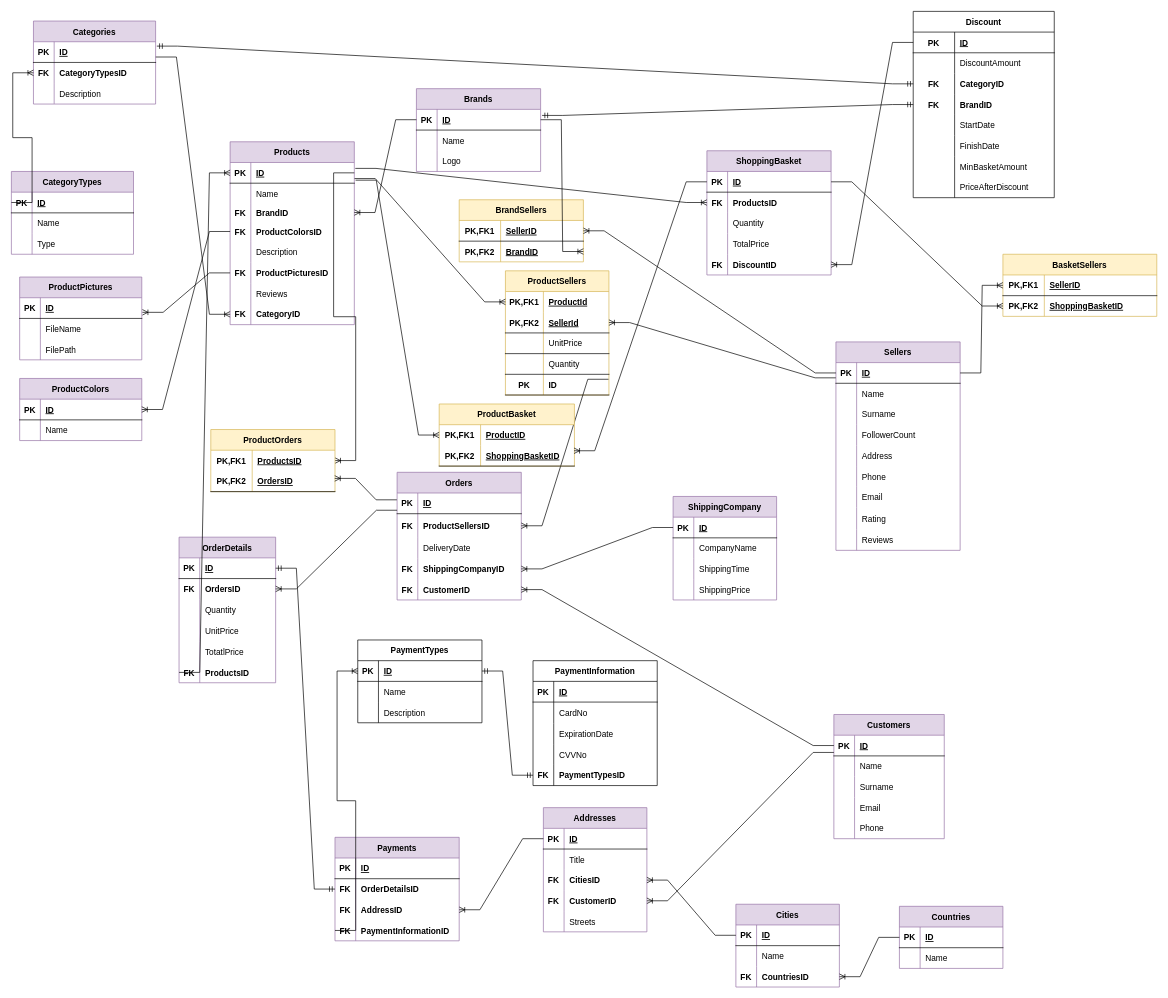
Above: Son.drawio in HandeYetisen/Python (draw.io), before the change. Source tidied: cells renumbered, new cells numbered last; positions are measured from the earlier drawing's top-left corner, leaving out a move shared by most shapes. Both pictures are drawn from the tidied source at 69%, with x=0, y=0 at pixel (11, 11).
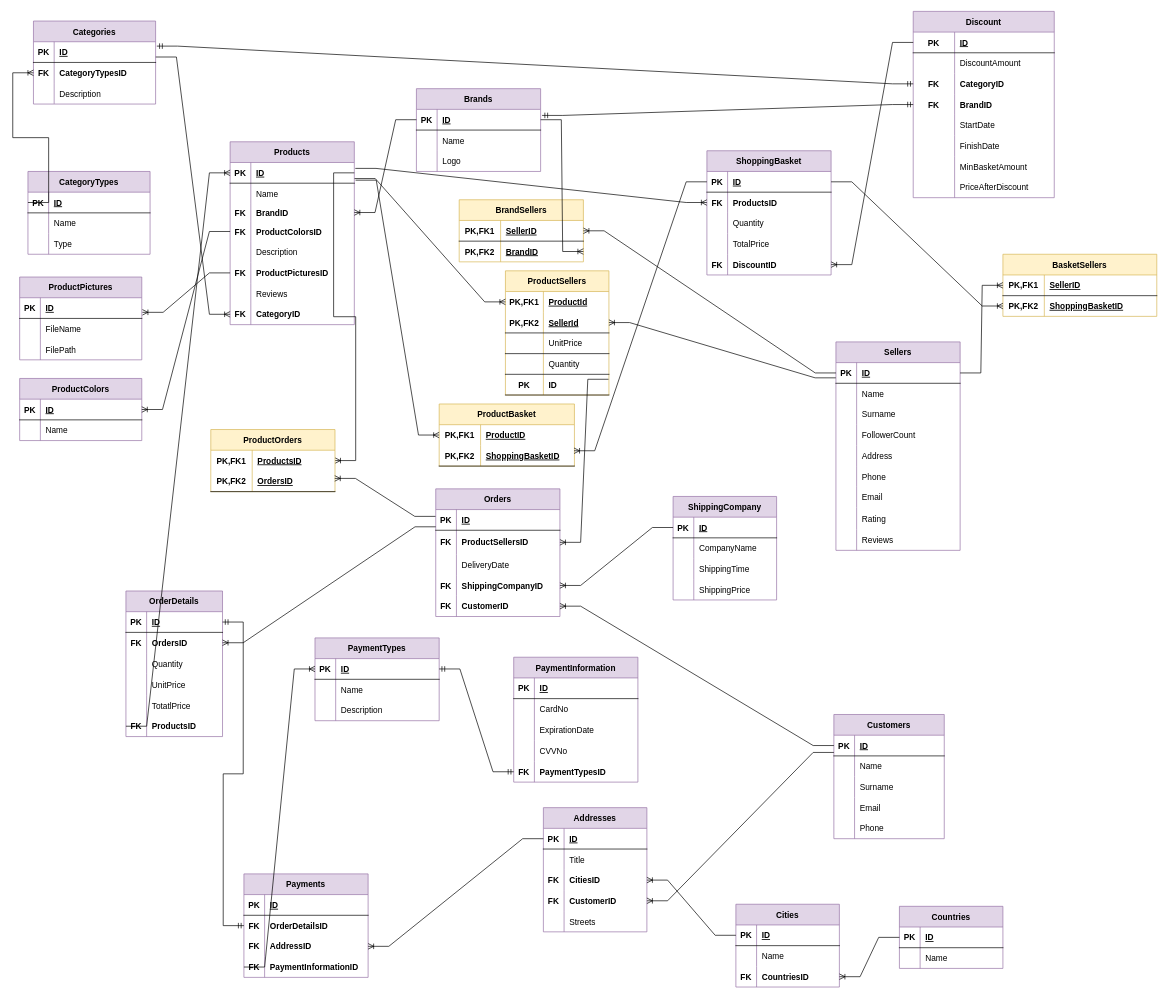
The same diagram, later.

The change refers to these unchanged cells:
```xml
<mxCell id="38" style="shape=tableRow;horizontal=0;startSize=0;swimlaneHead=0;swimlaneBody=0;fillColor=none;points=[[0,0.5],[1,0.5]];portConstraint=eastwest;top=0;left=0;right=0;bottom=1;" parent="37" vertex="1">
  <mxGeometry y="30" width="160" height="30" as="geometry" />
</mxCell>
<mxCell id="60" style="shape=tableRow;horizontal=0;startSize=0;swimlaneHead=0;swimlaneBody=0;fillColor=none;points=[[0,0.5],[1,0.5]];portConstraint=eastwest;top=0;left=0;right=0;bottom=0;" parent="53" vertex="1">
  <mxGeometry y="90" width="150" height="30" as="geometry" />
</mxCell>
<mxCell id="63" style="shape=tableRow;horizontal=0;startSize=0;swimlaneHead=0;swimlaneBody=0;fillColor=none;points=[[0,0.5],[1,0.5]];portConstraint=eastwest;top=0;left=0;right=0;bottom=0;" parent="53" vertex="1">
  <mxGeometry y="120" width="150" height="30" as="geometry" />
</mxCell>
<mxCell id="320" style="shape=tableRow;horizontal=0;startSize=0;swimlaneHead=0;swimlaneBody=0;fillColor=none;points=[[0,0.5],[1,0.5]];portConstraint=eastwest;top=0;left=0;right=0;bottom=1;" parent="319" vertex="1">
  <mxGeometry y="30" width="150" height="30" as="geometry" />
</mxCell>
<mxCell id="327" style="shape=tableRow;horizontal=0;startSize=0;swimlaneHead=0;swimlaneBody=0;fillColor=none;points=[[0,0.5],[1,0.5]];portConstraint=eastwest;top=0;left=0;right=0;bottom=0;" parent="319" vertex="1">
  <mxGeometry y="90" width="150" height="30" as="geometry" />
</mxCell>
<mxCell id="331" style="shape=tableRow;horizontal=0;startSize=0;swimlaneHead=0;swimlaneBody=0;fillColor=none;points=[[0,0.5],[1,0.5]];portConstraint=eastwest;top=0;left=0;right=0;bottom=1;" parent="330" vertex="1">
  <mxGeometry y="30" width="150" height="30" as="geometry" />
</mxCell>
```

What changed in the source:
```diff
@@
     <mxCell id="70" value="Orders" style="shape=table;startSize=30;childLayout=tableLayout;rowLines=0;fontStyle=1;align=center;fillColor=#e1d5e7;strokeColor=#9673a6;" parent="1" vertex="1">
-      <mxGeometry x="559" y="668" width="180" height="185" as="geometry" />
+      <mxGeometry x="615" y="692" width="180" height="185" as="geometry" />
     </mxCell>
@@
-    <mxCell id="121" value="Discount" style="shape=table;startSize=30;childLayout=tableLayout;rowLines=0;fontStyle=1;align=center;" parent="1" vertex="1">
+    <mxCell id="121" value="Discount" style="shape=table;startSize=30;childLayout=tableLayout;rowLines=0;fontStyle=1;align=center;fillColor=#e1d5e7;strokeColor=#9673a6;" parent="1" vertex="1">
       <mxGeometry x="1307" width="204.4" height="270" as="geometry" />
     </mxCell>
@@
     <mxCell id="191" value="OrderDetails" style="shape=table;startSize=30;childLayout=tableLayout;rowLines=0;fontStyle=1;align=center;fillColor=#e1d5e7;strokeColor=#9673a6;" parent="1" vertex="1">
-      <mxGeometry x="243" y="762" width="140" height="211" as="geometry" />
+      <mxGeometry x="166" y="840" width="140" height="211" as="geometry" />
     </mxCell>
@@
     <mxCell id="220" value="Payments" style="shape=table;startSize=30;childLayout=tableLayout;rowLines=0;fontStyle=1;align=center;fillColor=#e1d5e7;strokeColor=#9673a6;" parent="1" vertex="1">
-      <mxGeometry x="469" y="1197" width="180" height="150" as="geometry" />
+      <mxGeometry x="337" y="1250" width="180" height="150" as="geometry" />
     </mxCell>
@@
-    <mxCell id="233" value="PaymentTypes" style="shape=table;startSize=30;childLayout=tableLayout;rowLines=0;fontStyle=1;align=center;" parent="1" vertex="1">
-      <mxGeometry x="502" y="911" width="180" height="120" as="geometry" />
+    <mxCell id="233" value="PaymentTypes" style="shape=table;startSize=30;childLayout=tableLayout;rowLines=0;fontStyle=1;align=center;fillColor=#e1d5e7;strokeColor=#9673a6;" parent="1" vertex="1">
+      <mxGeometry x="440" y="908" width="180" height="120" as="geometry" />
     </mxCell>
@@
-    <mxCell id="263" style="edgeStyle=entityRelationEdgeStyle;fontSize=12;html=1;endArrow=ERoneToMany;rounded=0;fontColor=#000000;exitX=0;exitY=0.833;exitDx=0;exitDy=0;exitPerimeter=0;entryX=1;entryY=0.5;entryDx=0;entryDy=0;" parent="1" edge="1" source="38" target="63">
+    <mxCell id="263" style="edgeStyle=entityRelationEdgeStyle;fontSize=12;html=1;endArrow=ERoneToMany;fontColor=#000000;exitX=0;exitY=0.833;exitDx=0;exitDy=0;exitPerimeter=0;entryX=1;entryY=0.5;entryDx=0;entryDy=0;rounded=0;" parent="1" edge="1" source="38" target="63">
       <mxGeometry relative="1" as="geometry" />
     </mxCell>
@@
     <mxCell id="289" value="CategoryTypes" style="shape=table;startSize=30;childLayout=tableLayout;rowLines=0;fontStyle=1;align=center;fillColor=#e1d5e7;strokeColor=#9673a6;" parent="1" vertex="1">
-      <mxGeometry y="232" width="177" height="120" as="geometry" />
+      <mxGeometry x="24" y="232" width="177" height="120" as="geometry" />
     </mxCell>
@@
-    <mxCell id="338" style="edgeStyle=entityRelationEdgeStyle;fontSize=12;html=1;endArrow=ERoneToMany;rounded=0;exitX=0;exitY=0.5;exitDx=0;exitDy=0;entryX=1;entryY=0.5;entryDx=0;entryDy=0;" parent="1" edge="1" source="331" target="327">
+    <mxCell id="338" style="edgeStyle=entityRelationEdgeStyle;fontSize=12;html=1;endArrow=ERoneToMany;exitX=0;exitY=0.5;exitDx=0;exitDy=0;entryX=1;entryY=0.5;entryDx=0;entryDy=0;rounded=0;" parent="1" edge="1" source="331" target="327">
       <mxGeometry relative="1" as="geometry" />
     </mxCell>
-    <mxCell id="339" style="edgeStyle=entityRelationEdgeStyle;fontSize=12;html=1;endArrow=ERoneToMany;rounded=0;exitX=0;exitY=0.5;exitDx=0;exitDy=0;" parent="1" edge="1" source="320" target="60">
+    <mxCell id="339" style="edgeStyle=entityRelationEdgeStyle;fontSize=12;html=1;endArrow=ERoneToMany;exitX=0;exitY=0.5;exitDx=0;exitDy=0;rounded=0;" parent="1" edge="1" source="320" target="60">
       <mxGeometry relative="1" as="geometry" />
     </mxCell>
-    <mxCell id="340" value="PaymentInformation" style="shape=table;startSize=30;childLayout=tableLayout;rowLines=0;fontStyle=1;align=center;" parent="1" vertex="1">
-      <mxGeometry x="756" y="941" width="180" height="181" as="geometry" />
+    <mxCell id="340" value="PaymentInformation" style="shape=table;startSize=30;childLayout=tableLayout;rowLines=0;fontStyle=1;align=center;fillColor=#e1d5e7;strokeColor=#9673a6;" parent="1" vertex="1">
+      <mxGeometry x="728" y="936" width="180" height="181" as="geometry" />
     </mxCell>
```
